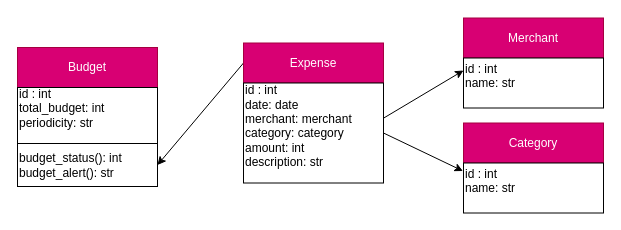
Before: page "classes" (1 of 3) of diagrams_expense_tracker.drawio in sandramolina/pythonic_expense_tracker, a draw.io diagram. Source tidied: cells renumbered, new cells numbered last; positions are measured from the earlier drawing's top-left corner, leaving out a move shared by most shapes. Both pictures are drawn from the tidied source at 100%, with x=0, y=0 at pixel (17, 18).
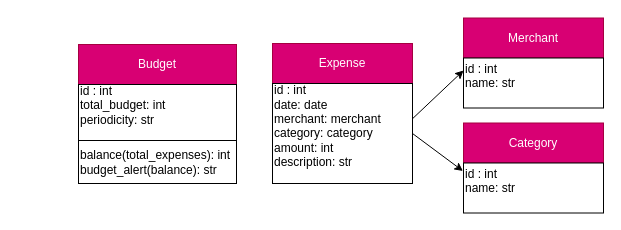
The same page after the edit.

Commit message:
updates the relation for the budget class

What changed in the source:
```diff
@@
 <mxGraphModel>
   <root>
     <mxCell id="0" />
     <mxCell id="1" parent="0" />
-    <mxCell id="2" style="edgeStyle=none;html=1;exitX=0;exitY=0.5;exitDx=0;exitDy=0;entryX=1;entryY=0.5;entryDx=0;entryDy=0;" parent="1" edge="1" source="3" target="13">
-      <mxGeometry relative="1" as="geometry" />
-    </mxCell>
     <mxCell id="3" value="Expense" style="whiteSpace=wrap;html=1;fillColor=#d80073;fontColor=#ffffff;strokeColor=#A50040;" parent="1" vertex="1">
-      <mxGeometry x="226" y="24.5" width="140" height="40" as="geometry" />
+      <mxGeometry x="255" y="25" width="140" height="40" as="geometry" />
     </mxCell>
     <mxCell id="4" value="&lt;div&gt;&lt;span&gt;id : int&lt;/span&gt;&lt;/div&gt;&lt;div&gt;&lt;span&gt;date: date&lt;/span&gt;&lt;/div&gt;&lt;div&gt;&lt;span&gt;merchant: merchant&lt;/span&gt;&lt;/div&gt;&lt;div&gt;&lt;span&gt;category: category&lt;/span&gt;&lt;/div&gt;&lt;div&gt;&lt;span&gt;amount: int&lt;/span&gt;&lt;/div&gt;&lt;div&gt;&lt;span&gt;description: str&lt;/span&gt;&lt;/div&gt;&lt;div&gt;&lt;span&gt;&lt;br&gt;&lt;/span&gt;&lt;/div&gt;" style="whiteSpace=wrap;html=1;align=left;" parent="1" vertex="1">
-      <mxGeometry x="226" y="64.5" width="140" height="100" as="geometry" />
+      <mxGeometry x="255" y="65" width="140" height="100" as="geometry" />
     </mxCell>
     <mxCell id="5" value="Merchant" style="whiteSpace=wrap;html=1;fillColor=#d80073;fontColor=#ffffff;strokeColor=#A50040;" parent="1" vertex="1">
       <mxGeometry x="446" y="-0.5" width="140" height="40" as="geometry" />
     </mxCell>
     <mxCell id="6" style="edgeStyle=none;html=1;entryX=0;entryY=0.25;entryDx=0;entryDy=0;exitX=1.001;exitY=0.351;exitDx=0;exitDy=0;exitPerimeter=0;" parent="1" edge="1" source="4" target="7">
       <mxGeometry relative="1" as="geometry" />
     </mxCell>
     <mxCell id="7" value="&lt;div&gt;&lt;span&gt;id : int&lt;/span&gt;&lt;/div&gt;&lt;div&gt;name: str&lt;/div&gt;&lt;div&gt;&lt;span&gt;&lt;br&gt;&lt;/span&gt;&lt;/div&gt;" style="whiteSpace=wrap;html=1;align=left;" parent="1" vertex="1">
       <mxGeometry x="446" y="39.5" width="140" height="50" as="geometry" />
     </mxCell>
     <mxCell id="8" value="Category" style="whiteSpace=wrap;html=1;fillColor=#d80073;fontColor=#ffffff;strokeColor=#A50040;" parent="1" vertex="1">
       <mxGeometry x="446" y="104.5" width="140" height="40" as="geometry" />
     </mxCell>
     <mxCell id="9" style="edgeStyle=none;html=1;exitX=1;exitY=0.5;exitDx=0;exitDy=0;entryX=-0.004;entryY=0.16;entryDx=0;entryDy=0;entryPerimeter=0;" parent="1" edge="1" source="4" target="10">
       <mxGeometry relative="1" as="geometry" />
     </mxCell>
     <mxCell id="10" value="&lt;div&gt;&lt;span&gt;id : int&lt;/span&gt;&lt;/div&gt;&lt;div&gt;name: str&lt;/div&gt;&lt;div&gt;&lt;span&gt;&lt;br&gt;&lt;/span&gt;&lt;/div&gt;" style="whiteSpace=wrap;html=1;align=left;" parent="1" vertex="1">
       <mxGeometry x="446" y="144.5" width="140" height="50" as="geometry" />
     </mxCell>
     <mxCell id="11" value="Budget" style="whiteSpace=wrap;html=1;fillColor=#d80073;fontColor=#ffffff;strokeColor=#A50040;" parent="1" vertex="1">
-      <mxGeometry y="29" width="140" height="40" as="geometry" />
+      <mxGeometry x="61" y="26" width="158" height="40" as="geometry" />
     </mxCell>
     <mxCell id="12" value="&lt;div&gt;&lt;span&gt;id : int&lt;/span&gt;&lt;/div&gt;&lt;div&gt;total_budget: int&lt;/div&gt;&lt;div&gt;periodicity: str&lt;/div&gt;&lt;div&gt;&lt;br&gt;&lt;/div&gt;" style="whiteSpace=wrap;html=1;align=left;" parent="1" vertex="1">
-      <mxGeometry y="69" width="140" height="56" as="geometry" />
+      <mxGeometry x="61" y="66" width="158" height="56" as="geometry" />
     </mxCell>
-    <mxCell id="13" value="&lt;div&gt;budget_status(): int&lt;/div&gt;&lt;div&gt;budget_alert(): str&lt;/div&gt;" style="whiteSpace=wrap;html=1;align=left;" parent="1" vertex="1">
-      <mxGeometry y="125" width="140" height="43" as="geometry" />
+    <mxCell id="13" value="&lt;div&gt;balance(total_expenses): int&lt;/div&gt;&lt;div&gt;budget_alert(balance): str&lt;/div&gt;" style="whiteSpace=wrap;html=1;align=left;" parent="1" vertex="1">
+      <mxGeometry x="61" y="122" width="158" height="43" as="geometry" />
     </mxCell>
   </root>
 </mxGraphModel>
```
